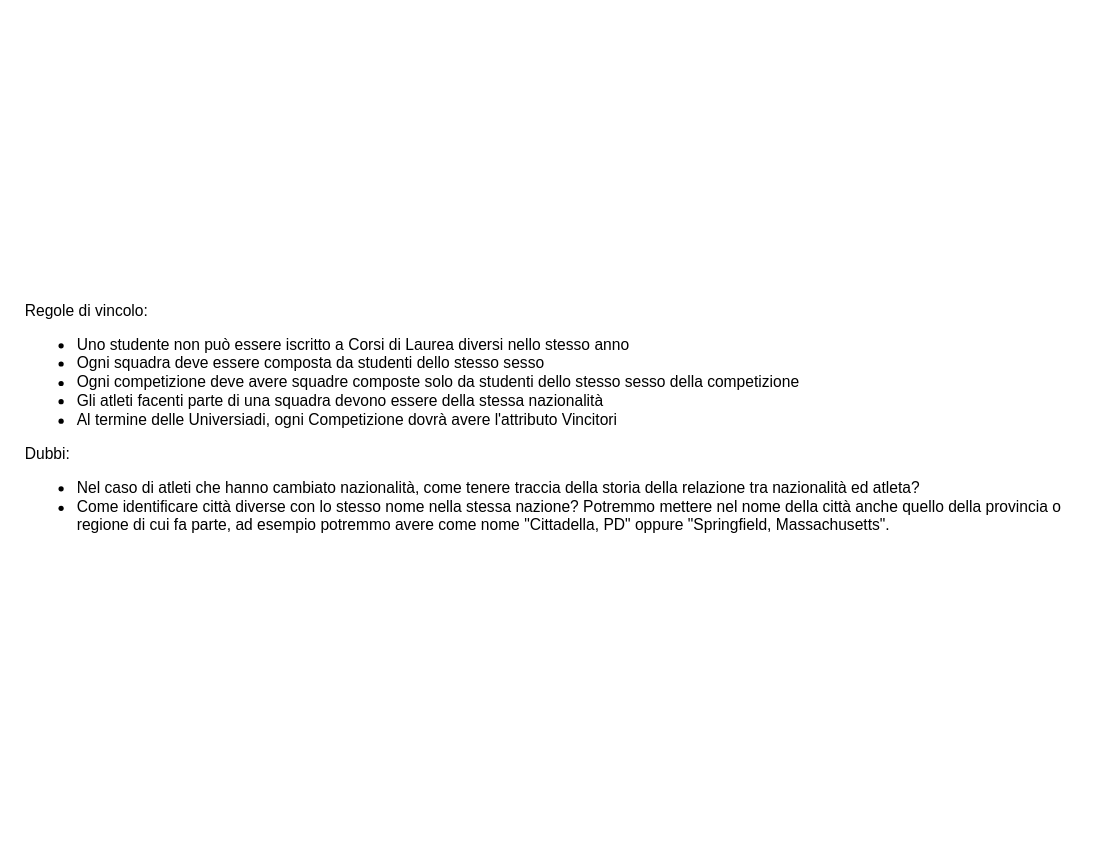
Before: page "Regole di vincolo" (3 of 7) of Olimpiadi studentesche.drawio in giovannivelludo/database-project, a draw.io diagram. Source tidied: cells renumbered, new cells numbered last; positions are measured from the earlier drawing's top-left corner, leaving out a move shared by most shapes. Both pictures are drawn from the tidied source at 130%, with x=0, y=0 at pixel (22, 22).
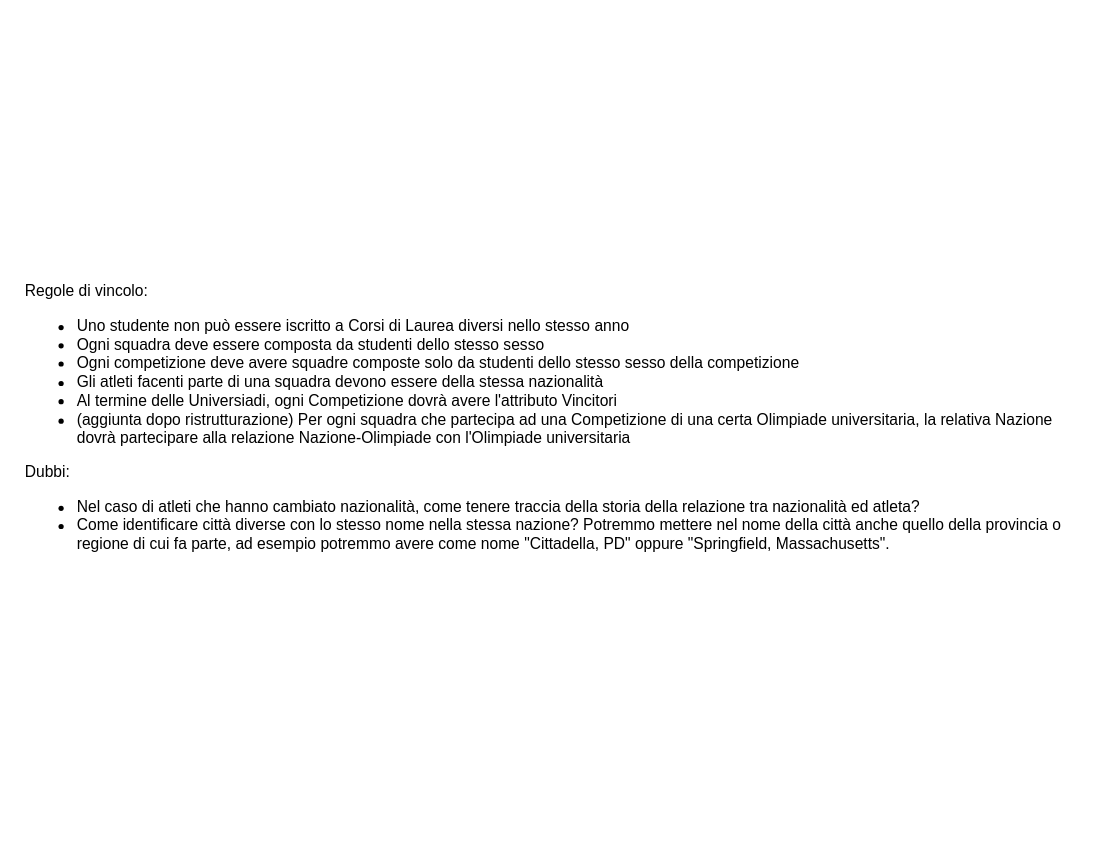
After the change.

Commit message (it also covers changes not shown here):
aggiunta ridondanza

The edit, as a diff of the source:
```diff
@@
 <mxGraphModel>
   <root>
     <mxCell id="0" />
     <mxCell id="1" parent="0" />
-    <mxCell id="2" value="&lt;div&gt;Regole di vincolo:&lt;/div&gt;&lt;div&gt;&lt;ul&gt;&lt;li&gt;Uno studente non può essere iscritto a Corsi di Laurea diversi nello stesso anno&lt;/li&gt;&lt;li&gt;Ogni squadra deve essere composta da studenti dello stesso sesso&lt;/li&gt;&lt;li&gt;Ogni competizione deve avere squadre composte solo da studenti dello stesso sesso della competizione&lt;/li&gt;&lt;li&gt;Gli atleti facenti parte di una squadra devono essere della stessa nazionalità&lt;/li&gt;&lt;li&gt;Al termine delle Universiadi, ogni Competizione dovrà avere l'attributo Vincitori&lt;/li&gt;&lt;/ul&gt;&lt;div&gt;Dubbi:&lt;/div&gt;&lt;div&gt;&lt;ul&gt;&lt;li&gt;Nel caso di atleti che hanno cambiato nazionalità, come tenere traccia della storia della relazione tra nazionalità ed atleta?&lt;/li&gt;&lt;li&gt;Come identificare città diverse con lo stesso nome nella stessa nazione? Potremmo mettere nel nome della città anche quello della provincia o regione di cui fa parte, ad esempio potremmo avere come nome &quot;Cittadella, PD&quot; oppure &quot;Springfield, Massachusetts&quot;.&lt;br&gt;&lt;/li&gt;&lt;/ul&gt;&lt;/div&gt;&lt;/div&gt;" style="text;html=1;strokeColor=none;fillColor=none;align=left;verticalAlign=middle;whiteSpace=wrap;rounded=0;" parent="1" vertex="1">
+    <mxCell id="2" value="&lt;div&gt;Regole di vincolo:&lt;/div&gt;&lt;div&gt;&lt;ul&gt;&lt;li&gt;Uno studente non può essere iscritto a Corsi di Laurea diversi nello stesso anno&lt;/li&gt;&lt;li&gt;Ogni squadra deve essere composta da studenti dello stesso sesso&lt;/li&gt;&lt;li&gt;Ogni competizione deve avere squadre composte solo da studenti dello stesso sesso della competizione&lt;/li&gt;&lt;li&gt;Gli atleti facenti parte di una squadra devono essere della stessa nazionalità&lt;/li&gt;&lt;li&gt;Al termine delle Universiadi, ogni Competizione dovrà avere l'attributo Vincitori&lt;/li&gt;&lt;li&gt;(aggiunta dopo ristrutturazione) Per ogni squadra che partecipa ad una Competizione di una certa Olimpiade universitaria, la relativa Nazione dovrà partecipare alla relazione Nazione-Olimpiade con l'Olimpiade universitaria&lt;/li&gt;&lt;/ul&gt;&lt;div&gt;Dubbi:&lt;/div&gt;&lt;div&gt;&lt;ul&gt;&lt;li&gt;Nel caso di atleti che hanno cambiato nazionalità, come tenere traccia della storia della relazione tra nazionalità ed atleta?&lt;/li&gt;&lt;li&gt;Come identificare città diverse con lo stesso nome nella stessa nazione? Potremmo mettere nel nome della città anche quello della provincia o regione di cui fa parte, ad esempio potremmo avere come nome &quot;Cittadella, PD&quot; oppure &quot;Springfield, Massachusetts&quot;.&lt;br&gt;&lt;/li&gt;&lt;/ul&gt;&lt;/div&gt;&lt;/div&gt;" style="text;html=1;strokeColor=none;fillColor=none;align=left;verticalAlign=middle;whiteSpace=wrap;rounded=0;" parent="1" vertex="1">
       <mxGeometry width="810" height="620" as="geometry" />
     </mxCell>
   </root>
 </mxGraphModel>
```
